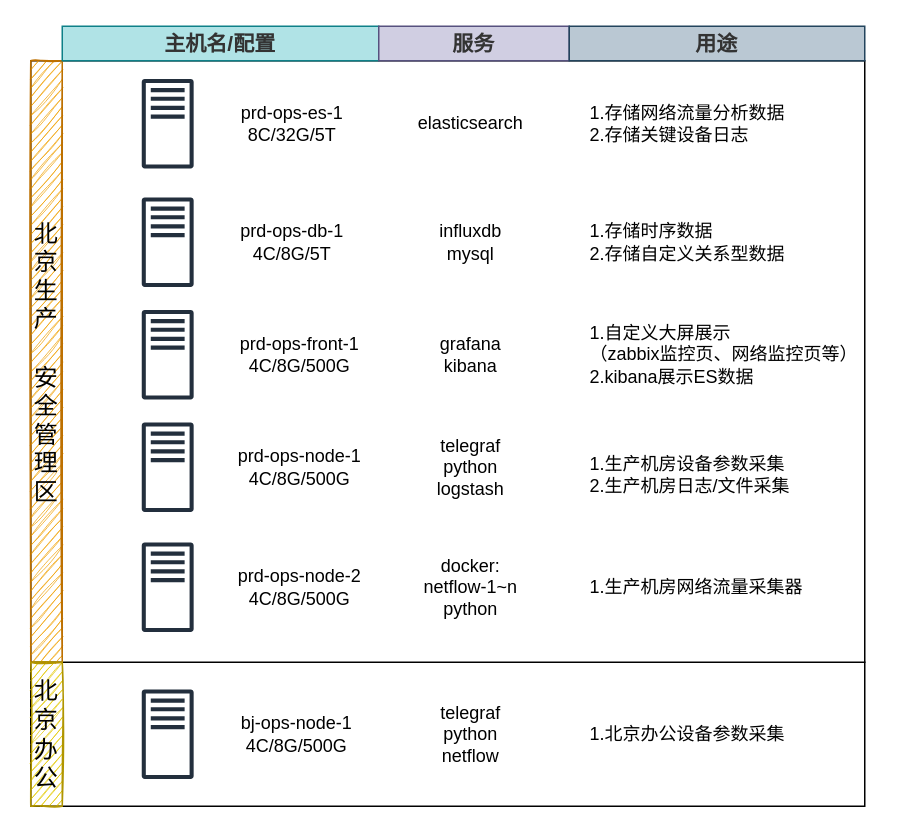
dreamage/l_public keeps this draw.io diagram as NOC.drawio. Above is the earlier version. Source tidied: cells renumbered, new cells numbered last; positions are measured from the earlier drawing's top-left corner, leaving out a move shared by most shapes. Both pictures are drawn from the tidied source at 150%, with x=0, y=0 at pixel (30, 26).
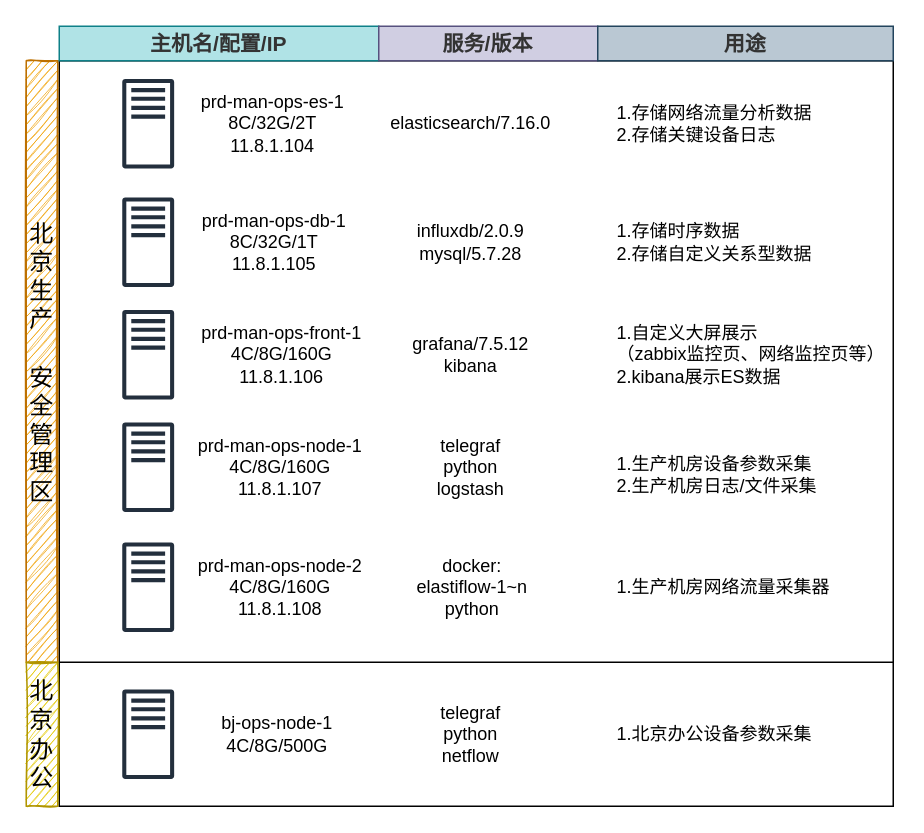
Above is the later version.

Change to the diagram source:
```diff
@@
     <mxCell id="2" style="rounded=0;whiteSpace=wrap;html=1;" parent="1" vertex="1">
-      <mxGeometry y="424" width="556" height="96" as="geometry" />
+      <mxGeometry x="19" y="424" width="556" height="96" as="geometry" />
     </mxCell>
     <mxCell id="3" style="rounded=0;whiteSpace=wrap;html=1;" parent="1" vertex="1">
-      <mxGeometry y="23" width="556" height="401" as="geometry" />
+      <mxGeometry x="19" y="23" width="556" height="401" as="geometry" />
     </mxCell>
     <mxCell id="4" style="sketch=0;fontColor=#232F3E;gradientColor=none;fillColor=#232F3D;strokeColor=none;dashed=0;verticalLabelPosition=bottom;verticalAlign=top;align=center;html=1;fontSize=12;fontStyle=0;shape=mxgraph.aws4.traditional_server;shadow=0;" parent="1" vertex="1">
-      <mxGeometry x="74" y="35" width="34.6" height="60" as="geometry" />
+      <mxGeometry x="61" y="35" width="34.6" height="60" as="geometry" />
     </mxCell>
-    <mxCell id="5" value="prd-ops-es-1&lt;br&gt;8C/32G/5T" style="text;html=1;align=center;verticalAlign=middle;strokeColor=none;fillColor=none;sketch=0;shadow=0;rotation=0;" parent="1" vertex="1">
-      <mxGeometry x="134.6" y="49" width="78" height="32" as="geometry" />
+    <mxCell id="5" value="prd-man-ops-es-1&lt;br&gt;8C/32G/2T&lt;br&gt;11.8.1.104" style="text;html=1;align=center;verticalAlign=middle;strokeColor=none;fillColor=none;sketch=0;shadow=0;rotation=0;" parent="1" vertex="1">
+      <mxGeometry x="108.6" y="42" width="105" height="46" as="geometry" />
     </mxCell>
-    <mxCell id="6" value="prd-ops-db-1&lt;br&gt;4C/8G/5T" style="text;html=1;align=center;verticalAlign=middle;strokeColor=none;fillColor=none;" parent="1" vertex="1">
-      <mxGeometry x="133.6" y="129" width="80" height="30" as="geometry" />
+    <mxCell id="6" value="prd-man-ops-db-1&lt;br&gt;8C/32G/1T&lt;br&gt;11.8.1.105" style="text;html=1;align=center;verticalAlign=middle;strokeColor=none;fillColor=none;" parent="1" vertex="1">
+      <mxGeometry x="108.6" y="121" width="106" height="46" as="geometry" />
     </mxCell>
-    <mxCell id="7" value="prd-ops-front-1&lt;br&gt;4C/8G/500G" style="text;html=1;align=center;verticalAlign=middle;strokeColor=none;fillColor=none;" parent="1" vertex="1">
-      <mxGeometry x="133.6" y="204" width="90" height="30" as="geometry" />
+    <mxCell id="7" value="prd-man-ops-front-1&lt;br&gt;4C/8G/160G&lt;br&gt;11.8.1.106" style="text;html=1;align=center;verticalAlign=middle;strokeColor=none;fillColor=none;" parent="1" vertex="1">
+      <mxGeometry x="108.6" y="196" width="116" height="46" as="geometry" />
     </mxCell>
     <mxCell id="8" style="sketch=0;fontColor=#232F3E;gradientColor=none;fillColor=#232F3D;strokeColor=none;dashed=0;verticalLabelPosition=bottom;verticalAlign=top;align=center;html=1;fontSize=12;fontStyle=0;shape=mxgraph.aws4.traditional_server;" parent="1" vertex="1">
-      <mxGeometry x="74" y="114" width="34.6" height="60" as="geometry" />
+      <mxGeometry x="61" y="114" width="34.6" height="60" as="geometry" />
     </mxCell>
     <mxCell id="9" style="sketch=0;fontColor=#232F3E;gradientColor=none;fillColor=#232F3D;strokeColor=none;dashed=0;verticalLabelPosition=bottom;verticalAlign=top;align=center;html=1;fontSize=12;fontStyle=0;shape=mxgraph.aws4.traditional_server;" parent="1" vertex="1">
-      <mxGeometry x="74" y="189" width="34.6" height="60" as="geometry" />
+      <mxGeometry x="61" y="189" width="34.6" height="60" as="geometry" />
     </mxCell>
     <mxCell id="10" style="sketch=0;fontColor=#232F3E;gradientColor=none;fillColor=#232F3D;strokeColor=none;dashed=0;verticalLabelPosition=bottom;verticalAlign=top;align=center;html=1;fontSize=12;fontStyle=0;shape=mxgraph.aws4.traditional_server;" parent="1" vertex="1">
-      <mxGeometry x="74" y="264" width="34.6" height="60" as="geometry" />
+      <mxGeometry x="61" y="264" width="34.6" height="60" as="geometry" />
     </mxCell>
     <mxCell id="11" style="sketch=0;fontColor=#232F3E;gradientColor=none;fillColor=#232F3D;strokeColor=none;dashed=0;verticalLabelPosition=bottom;verticalAlign=top;align=center;html=1;fontSize=12;fontStyle=0;shape=mxgraph.aws4.traditional_server;" parent="1" vertex="1">
-      <mxGeometry x="74" y="344" width="34.6" height="60" as="geometry" />
+      <mxGeometry x="61" y="344" width="34.6" height="60" as="geometry" />
     </mxCell>
-    <mxCell id="12" value="prd-ops-node-1&lt;br&gt;4C/8G/500G" style="text;html=1;align=center;verticalAlign=middle;strokeColor=none;fillColor=none;" parent="1" vertex="1">
-      <mxGeometry x="128.6" y="279" width="100" height="30" as="geometry" />
+    <mxCell id="12" value="prd-man-ops-node-1&lt;br&gt;4C/8G/160G&lt;br&gt;11.8.1.107" style="text;html=1;align=center;verticalAlign=middle;strokeColor=none;fillColor=none;" parent="1" vertex="1">
+      <mxGeometry x="106.6" y="271" width="119" height="46" as="geometry" />
     </mxCell>
-    <mxCell id="13" value="elasticsearch" style="text;html=1;align=center;verticalAlign=middle;strokeColor=none;fillColor=none;" parent="1" vertex="1">
-      <mxGeometry x="247.6" y="55" width="90" height="20" as="geometry" />
+    <mxCell id="13" value="elasticsearch/7.16.0" style="text;html=1;align=center;verticalAlign=middle;strokeColor=none;fillColor=none;" parent="1" vertex="1">
+      <mxGeometry x="234.6" y="56" width="116" height="18" as="geometry" />
     </mxCell>
-    <mxCell id="14" value="influxdb&lt;br&gt;mysql" style="text;html=1;align=center;verticalAlign=middle;strokeColor=none;fillColor=none;" parent="1" vertex="1">
-      <mxGeometry x="262.6" y="129" width="60" height="30" as="geometry" />
+    <mxCell id="14" value="influxdb/2.0.9&lt;br&gt;mysql/5.7.28" style="text;html=1;align=center;verticalAlign=middle;strokeColor=none;fillColor=none;" parent="1" vertex="1">
+      <mxGeometry x="251.6" y="128" width="82" height="32" as="geometry" />
     </mxCell>
-    <mxCell id="15" value="grafana&lt;br&gt;kibana" style="text;html=1;align=center;verticalAlign=middle;strokeColor=none;fillColor=none;" parent="1" vertex="1">
-      <mxGeometry x="262.6" y="204" width="60" height="30" as="geometry" />
+    <mxCell id="15" value="grafana/7.5.12&lt;br&gt;kibana" style="text;html=1;align=center;verticalAlign=middle;strokeColor=none;fillColor=none;" parent="1" vertex="1">
+      <mxGeometry x="249.6" y="203" width="87" height="32" as="geometry" />
     </mxCell>
@@
-    <mxCell id="17" value="docker:&lt;br&gt;netflow-1~n&lt;br&gt;python" style="text;html=1;align=center;verticalAlign=middle;strokeColor=none;fillColor=none;" parent="1" vertex="1">
-      <mxGeometry x="256.6" y="351" width="73" height="46" as="geometry" />
+    <mxCell id="17" value="docker:&lt;br&gt;elastiflow-1~n&lt;br&gt;python" style="text;html=1;align=center;verticalAlign=middle;strokeColor=none;fillColor=none;" parent="1" vertex="1">
+      <mxGeometry x="251.6" y="351" width="84" height="46" as="geometry" />
     </mxCell>
-    <mxCell id="18" value="prd-ops-node-2&lt;br&gt;4C/8G/500G" style="text;html=1;align=center;verticalAlign=middle;strokeColor=none;fillColor=none;" parent="1" vertex="1">
-      <mxGeometry x="128.6" y="359" width="100" height="30" as="geometry" />
+    <mxCell id="18" value="prd-man-ops-node-2&lt;br&gt;4C/8G/160G&lt;br&gt;11.8.1.108" style="text;html=1;align=center;verticalAlign=middle;strokeColor=none;fillColor=none;" parent="1" vertex="1">
+      <mxGeometry x="106.6" y="351" width="119" height="46" as="geometry" />
     </mxCell>
     <mxCell id="19" value="1.存储网络流量分析数据&lt;br&gt;&lt;div&gt;&lt;span&gt;2.存储关键设备日志&lt;/span&gt;&lt;/div&gt;" style="text;html=1;align=left;verticalAlign=middle;strokeColor=none;fillColor=none;rounded=0;glass=0;shadow=0;sketch=0;" parent="1" vertex="1">
-      <mxGeometry x="370.6" y="49" width="140" height="32" as="geometry" />
+      <mxGeometry x="388.6" y="49" width="140" height="32" as="geometry" />
     </mxCell>
     <mxCell id="20" value="1.存储时序数据&lt;br&gt;2.存储自定义关系型数据" style="text;html=1;align=left;verticalAlign=middle;strokeColor=none;fillColor=none;" parent="1" vertex="1">
-      <mxGeometry x="370.6" y="129" width="150" height="30" as="geometry" />
+      <mxGeometry x="388.6" y="129" width="150" height="30" as="geometry" />
     </mxCell>
     <mxCell id="21" value="1.自定义大屏展示&lt;br&gt;（zabbix监控页、网络监控页等）&lt;br&gt;2.kibana展示ES数据" style="text;html=1;align=left;verticalAlign=middle;strokeColor=none;fillColor=none;" parent="1" vertex="1">
-      <mxGeometry x="370.6" y="196" width="189" height="46" as="geometry" />
+      <mxGeometry x="388.6" y="196" width="189" height="46" as="geometry" />
     </mxCell>
     <mxCell id="22" value="1.生产机房设备参数采集&lt;br&gt;2.生产机房日志/文件采集" style="text;html=1;align=left;verticalAlign=middle;strokeColor=none;fillColor=none;" parent="1" vertex="1">
-      <mxGeometry x="370.6" y="284" width="150" height="30" as="geometry" />
+      <mxGeometry x="388.6" y="284" width="150" height="30" as="geometry" />
     </mxCell>
     <mxCell id="23" value="1.生产机房网络流量采集器" style="text;html=1;align=left;verticalAlign=middle;strokeColor=none;fillColor=none;" parent="1" vertex="1">
-      <mxGeometry x="370.6" y="364" width="160" height="20" as="geometry" />
+      <mxGeometry x="388.6" y="364" width="160" height="20" as="geometry" />
     </mxCell>
     <mxCell id="24" style="sketch=0;fontColor=#232F3E;gradientColor=none;fillColor=#232F3D;strokeColor=none;dashed=0;verticalLabelPosition=bottom;verticalAlign=top;align=center;html=1;fontSize=12;fontStyle=0;shape=mxgraph.aws4.traditional_server;" parent="1" vertex="1">
-      <mxGeometry x="74" y="442" width="34.6" height="60" as="geometry" />
+      <mxGeometry x="61" y="442" width="34.6" height="60" as="geometry" />
     </mxCell>
     <mxCell id="25" value="bj-ops-node-1&lt;br&gt;4C/8G/500G" style="text;html=1;align=center;verticalAlign=middle;strokeColor=none;fillColor=none;" parent="1" vertex="1">
-      <mxGeometry x="135" y="456" width="84" height="32" as="geometry" />
+      <mxGeometry x="122" y="456" width="84" height="32" as="geometry" />
     </mxCell>
@@
     <mxCell id="27" value="1.北京办公设备参数采集" style="text;html=1;align=left;verticalAlign=middle;strokeColor=none;fillColor=none;" parent="1" vertex="1">
-      <mxGeometry x="370.6" y="463" width="140" height="18" as="geometry" />
+      <mxGeometry x="388.6" y="463" width="140" height="18" as="geometry" />
     </mxCell>
     <mxCell id="28" value="北京生产&lt;br&gt;&lt;br&gt;安全管理区" style="text;html=1;strokeColor=#BD7000;fillColor=#f0a30a;align=center;verticalAlign=middle;whiteSpace=wrap;rounded=0;horizontal=1;fontSize=16;fontColor=#000000;sketch=1;" parent="1" vertex="1">
-      <mxGeometry y="23" width="21" height="401" as="geometry" />
+      <mxGeometry x="-3" y="23" width="21" height="401" as="geometry" />
     </mxCell>
     <mxCell id="29" value="北京办公" style="text;html=1;strokeColor=#B09500;fillColor=#e3c800;align=center;verticalAlign=middle;whiteSpace=wrap;rounded=0;horizontal=1;fontSize=16;fontColor=#000000;sketch=1;glass=0;" parent="1" vertex="1">
-      <mxGeometry y="424" width="21" height="96" as="geometry" />
+      <mxGeometry x="-3" y="424" width="21" height="96" as="geometry" />
     </mxCell>
-    <mxCell id="30" value="&lt;span style=&quot;color: rgb(51 , 51 , 51)&quot;&gt;主机名/配置&lt;/span&gt;" style="rounded=0;whiteSpace=wrap;html=1;shadow=0;glass=0;labelBackgroundColor=none;labelBorderColor=none;sketch=0;fontSize=14;fillColor=#b0e3e6;strokeColor=#0e8088;fontStyle=1;" parent="1" vertex="1">
-      <mxGeometry x="21" width="211" height="23" as="geometry" />
+    <mxCell id="30" value="&lt;span style=&quot;color: rgb(51 , 51 , 51)&quot;&gt;主机名/配置/IP&lt;/span&gt;" style="rounded=0;whiteSpace=wrap;html=1;shadow=0;glass=0;labelBackgroundColor=none;labelBorderColor=none;sketch=0;fontSize=14;fillColor=#b0e3e6;strokeColor=#0e8088;fontStyle=1;" parent="1" vertex="1">
+      <mxGeometry x="19" width="213" height="23" as="geometry" />
     </mxCell>
-    <mxCell id="31" value="&lt;span style=&quot;color: rgb(51 , 51 , 51)&quot;&gt;服务&lt;/span&gt;" style="rounded=0;whiteSpace=wrap;html=1;shadow=0;glass=0;labelBackgroundColor=none;labelBorderColor=none;sketch=0;fontSize=14;fillColor=#d0cee2;strokeColor=#56517e;fontStyle=1;" parent="1" vertex="1">
-      <mxGeometry x="232" width="127" height="23" as="geometry" />
+    <mxCell id="31" value="&lt;span style=&quot;color: rgb(51 , 51 , 51)&quot;&gt;服务/版本&lt;/span&gt;" style="rounded=0;whiteSpace=wrap;html=1;shadow=0;glass=0;labelBackgroundColor=none;labelBorderColor=none;sketch=0;fontSize=14;fillColor=#d0cee2;strokeColor=#56517e;fontStyle=1;" parent="1" vertex="1">
+      <mxGeometry x="232" width="146" height="23" as="geometry" />
     </mxCell>
     <mxCell id="32" value="&lt;span style=&quot;color: rgb(51 , 51 , 51)&quot;&gt;用途&lt;/span&gt;" style="rounded=0;whiteSpace=wrap;html=1;shadow=0;glass=0;labelBackgroundColor=none;labelBorderColor=none;sketch=0;fontSize=14;fillColor=#bac8d3;strokeColor=#23445d;fontStyle=1;" parent="1" vertex="1">
-      <mxGeometry x="359" width="197" height="23" as="geometry" />
+      <mxGeometry x="378" width="197" height="23" as="geometry" />
     </mxCell>
```
